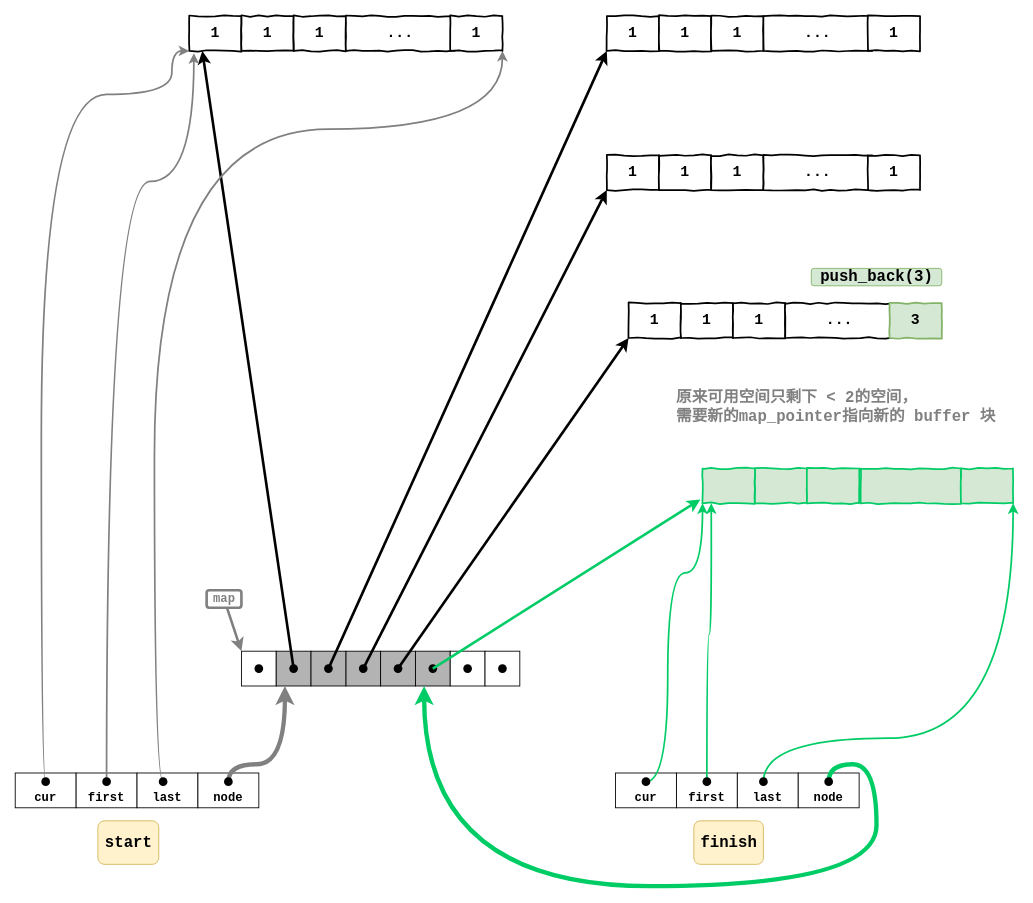
Before: BlogImages/STL/deque-push-back.drawio in JoyChenNo1/JoyChenNo1.github.io, a draw.io diagram. Source tidied: cells renumbered, new cells numbered last; positions are measured from the earlier drawing's top-left corner, leaving out a move shared by most shapes. Both pictures are drawn from the tidied source at 87%, with x=0, y=0 at pixel (15, 16).
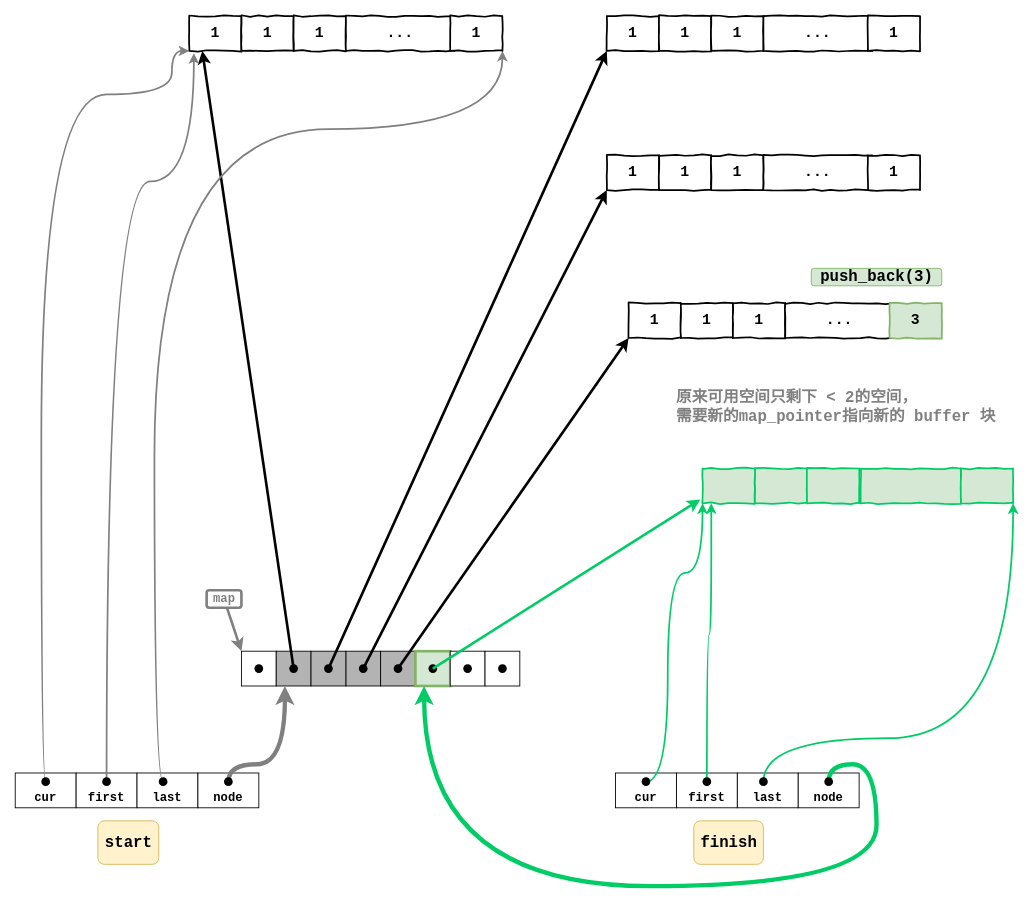
The same diagram, later.

Change to the diagram source:
```diff
@@
-    <mxCell id="4" style="rounded=0;whiteSpace=wrap;html=1;fontColor=#808080;fillColor=#B3B3B3;" parent="1" vertex="1">
+    <mxCell id="4" style="rounded=0;whiteSpace=wrap;html=1;fillColor=#d5e8d4;strokeColor=#82b366;strokeWidth=3;" parent="1" vertex="1">
       <mxGeometry x="460" y="730" width="40" height="40" as="geometry" />
     </mxCell>
```
